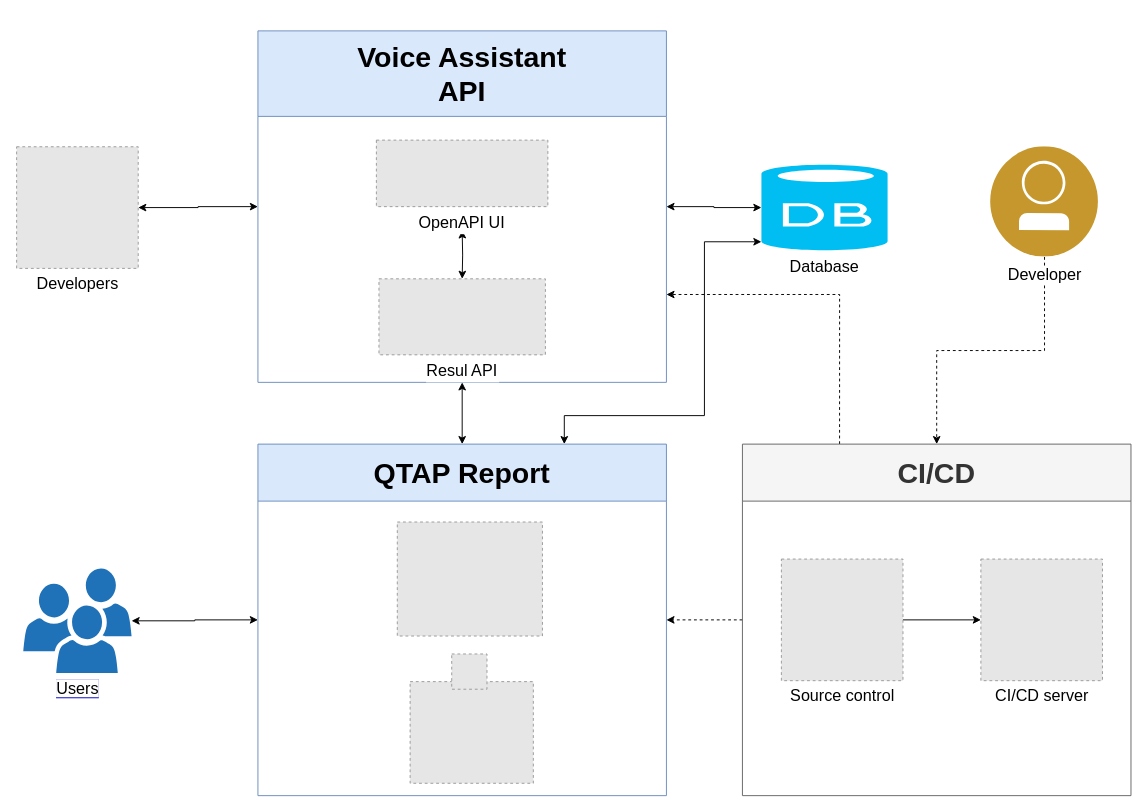
Before: VoiceAssistant.drawio in JunXianWu/EllisoWeb, a draw.io diagram. Source tidied: cells renumbered, new cells numbered last; positions are measured from the earlier drawing's top-left corner, leaving out a move shared by most shapes. Both pictures are drawn from the tidied source at 95%, with x=0, y=0 at pixel (16, 30). Pictures stored in the file or linked from it are replaced by grey dashed boxes.
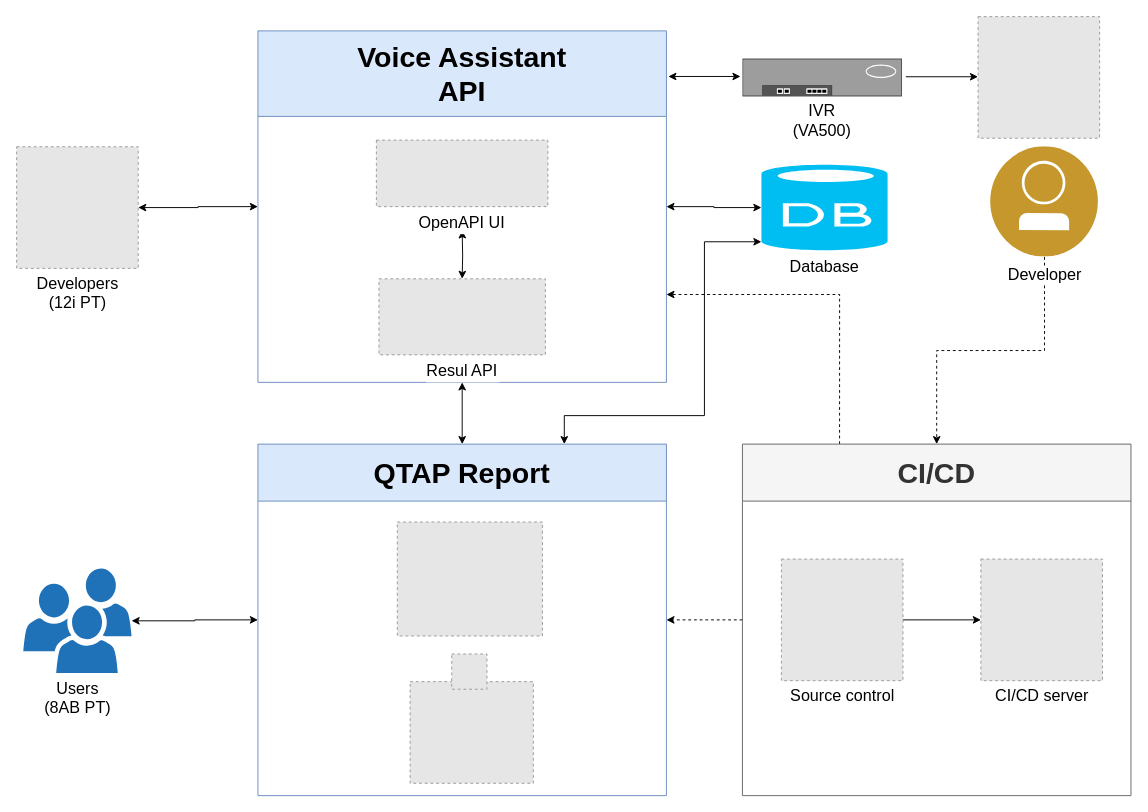
Above is the later version.

Diff of the diagram source:
```diff
@@
+    <mxCell id="26" style="edgeStyle=none;rounded=0;orthogonalLoop=1;jettySize=auto;html=1;fontSize=17;fontColor=#0000CC;startArrow=classic;startFill=1;strokeColor=#000000;" parent="1" edge="1">
+      <mxGeometry relative="1" as="geometry">
+        <mxPoint x="686" y="48" as="sourcePoint" />
+        <mxPoint x="762" y="48" as="targetPoint" />
+      </mxGeometry>
+    </mxCell>
@@
-    <mxCell id="20" value="&lt;font style=&quot;font-size: 17px&quot;&gt;Developers&lt;/font&gt;" style="fillColor=#E6E6E6;strokeColor=#999999;dashed=1;html=1;verticalAlign=top;verticalLabelPosition=bottom;labelBackgroundColor=#ffffff;" parent="1" vertex="1">
+    <mxCell id="20" value="&lt;font style=&quot;font-size: 17px&quot;&gt;Developers&lt;br&gt;(12i PT)&lt;br&gt;&lt;/font&gt;" style="fillColor=#E6E6E6;strokeColor=#999999;dashed=1;html=1;verticalAlign=top;verticalLabelPosition=bottom;labelBackgroundColor=#ffffff;" parent="1" vertex="1">
       <mxGeometry y="122" width="128" height="128" as="geometry" />
     </mxCell>
@@
-    <mxCell id="22" value="&lt;span style=&quot;background-color: rgb(255 , 255 , 255)&quot;&gt;Users&lt;/span&gt;" style="shadow=0;dashed=0;html=1;strokeColor=none;labelPosition=center;verticalLabelPosition=bottom;verticalAlign=top;outlineConnect=0;align=center;shape=mxgraph.office.users.users;fillColor=#2072B8;labelBackgroundColor=#0000CC;fontSize=17;" parent="1" vertex="1">
+    <mxCell id="22" value="&lt;span&gt;Users&lt;br&gt;(8AB PT)&lt;br&gt;&lt;/span&gt;" style="shadow=0;dashed=0;html=1;strokeColor=none;labelPosition=center;verticalLabelPosition=bottom;verticalAlign=top;outlineConnect=0;align=center;shape=mxgraph.office.users.users;fillColor=#2072B8;labelBackgroundColor=none;fontSize=17;" parent="1" vertex="1">
       <mxGeometry x="7" y="566" width="114" height="110" as="geometry" />
     </mxCell>
@@
+    <mxCell id="27" style="fillColor=#E6E6E6;strokeColor=#999999;dashed=1;html=1;verticalAlign=top;verticalLabelPosition=bottom;labelBackgroundColor=#ffffff;fontSize=17;fontColor=#0000CC;" parent="1" vertex="1">
+      <mxGeometry x="1012" y="-15" width="128" height="128" as="geometry" />
+    </mxCell>
+    <mxCell id="28" style="strokeColor=#666666;html=1;labelPosition=right;align=left;spacingLeft=15;shadow=0;dashed=0;shape=mxgraph.rack.f5.arx_1000;labelBackgroundColor=#0000CC;fontSize=17;fontColor=#0000CC;" parent="1" vertex="1">
+      <mxGeometry x="764" y="29" width="168" height="40" as="geometry" />
+    </mxCell>
+    <mxCell id="29" style="edgeStyle=none;rounded=0;orthogonalLoop=1;jettySize=auto;html=1;fontSize=17;fontColor=#0000CC;startArrow=none;startFill=0;strokeColor=#000000;" parent="1" edge="1">
+      <mxGeometry relative="1" as="geometry">
+        <mxPoint x="936" y="48.3" as="sourcePoint" />
+        <mxPoint x="1012" y="48.3" as="targetPoint" />
+      </mxGeometry>
+    </mxCell>
+    <mxCell id="30" value="IVR&lt;br&gt;(VA500)" style="text;html=1;strokeColor=none;fillColor=none;align=center;verticalAlign=middle;whiteSpace=wrap;rounded=0;labelBackgroundColor=none;fontSize=17;" parent="1" vertex="1">
+      <mxGeometry x="828" y="85" width="40" height="20" as="geometry" />
+    </mxCell>
```
